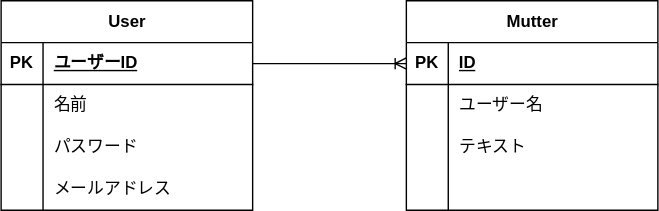
This is ER図.drawio.svg from toyoaya/draw.io_exam, a draw.io export, as it was before one commit. Source tidied: cells renumbered, new cells last; positions are measured from the earlier drawing's top-left corner, leaving out a move shared by most shapes.
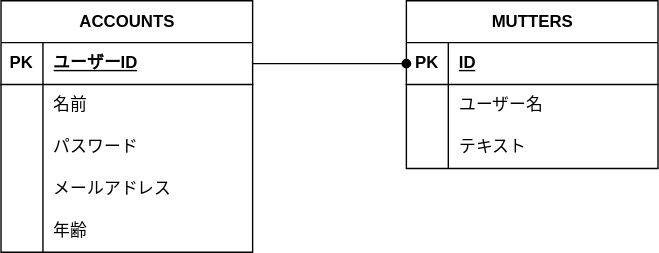
Later version of the same file.

Commit message:
ER図.drawio.svg を更新します

Diff of the diagram source:
```diff
@@ -2,8 +2,8 @@
   <root>
     <mxCell id="0" />
     <mxCell id="1" parent="0" />
-    <mxCell id="2" value="Mutter" style="shape=table;startSize=30;rowLines=0;fontStyle=1;align=center;html=1;" parent="1" vertex="1">
-      <mxGeometry x="290" width="180" height="150" as="geometry" />
+    <mxCell id="2" value="MUTTERS" style="shape=table;startSize=30;rowLines=0;fontStyle=1;align=center;html=1;" parent="1" vertex="1">
+      <mxGeometry x="290" width="180" height="120" as="geometry" />
     </mxCell>
     <mxCell id="3" style="shape=tableRow;horizontal=0;startSize=0;swimlaneHead=0;swimlaneBody=0;fillColor=none;points=[[0,0.5],[1,0.5]];portConstraint=eastwest;top=0;left=0;right=0;bottom=1;" parent="2" vertex="1">
       <mxGeometry y="30" width="180" height="30" as="geometry" />
@@ -32,17 +32,8 @@
     <mxCell id="11" value="テキスト" style="shape=partialRectangle;fillColor=none;top=0;left=0;bottom=0;right=0;align=left;spacingLeft=6;overflow=hidden;whiteSpace=wrap;html=1;" parent="9" vertex="1">
       <mxGeometry x="30" width="150" height="30" as="geometry" />
     </mxCell>
-    <mxCell id="12" style="shape=tableRow;horizontal=0;startSize=0;swimlaneHead=0;swimlaneBody=0;fillColor=none;top=0;left=0;right=0;bottom=0;" parent="2" vertex="1">
-      <mxGeometry y="120" width="180" height="30" as="geometry" />
-    </mxCell>
-    <mxCell id="13" style="shape=partialRectangle;fillColor=none;top=0;left=0;bottom=0;right=0;overflow=hidden;whiteSpace=wrap;html=1;" parent="12" vertex="1">
-      <mxGeometry width="30" height="30" as="geometry" />
-    </mxCell>
-    <mxCell id="14" style="shape=partialRectangle;fillColor=none;top=0;left=0;bottom=0;right=0;align=left;spacingLeft=6;overflow=hidden;whiteSpace=wrap;html=1;" parent="12" vertex="1">
-      <mxGeometry x="30" width="150" height="30" as="geometry" />
-    </mxCell>
-    <mxCell id="15" value="User" style="shape=table;startSize=30;rowLines=0;fontStyle=1;align=center;html=1;" parent="1" vertex="1">
-      <mxGeometry width="180" height="150" as="geometry" />
+    <mxCell id="15" value="ACCOUNTS" style="shape=table;startSize=30;rowLines=0;fontStyle=1;align=center;html=1;" parent="1" vertex="1">
+      <mxGeometry width="180" height="180" as="geometry" />
     </mxCell>
     <mxCell id="16" style="shape=tableRow;horizontal=0;startSize=0;swimlaneHead=0;swimlaneBody=0;fillColor=none;points=[[0,0.5],[1,0.5]];portConstraint=eastwest;top=0;left=0;right=0;bottom=1;" parent="15" vertex="1">
       <mxGeometry y="30" width="180" height="30" as="geometry" />
@@ -80,7 +71,16 @@
     <mxCell id="27" value="メールアドレス" style="shape=partialRectangle;fillColor=none;top=0;left=0;bottom=0;right=0;align=left;spacingLeft=6;overflow=hidden;whiteSpace=wrap;html=1;" parent="25" vertex="1">
       <mxGeometry x="30" width="150" height="30" as="geometry" />
     </mxCell>
+    <mxCell id="29" style="shape=tableRow;horizontal=0;startSize=0;swimlaneHead=0;swimlaneBody=0;fillColor=none;top=0;left=0;right=0;bottom=0;" parent="15" vertex="1">
+      <mxGeometry y="150" width="180" height="30" as="geometry" />
+    </mxCell>
+    <mxCell id="13" style="shape=partialRectangle;fillColor=none;top=0;left=0;bottom=0;right=0;overflow=hidden;whiteSpace=wrap;html=1;" parent="29" vertex="1">
+      <mxGeometry width="30" height="30" as="geometry" />
+    </mxCell>
+    <mxCell id="30" value="年齢" style="shape=partialRectangle;fillColor=none;top=0;left=0;bottom=0;right=0;align=left;spacingLeft=6;overflow=hidden;whiteSpace=wrap;html=1;" parent="29" vertex="1">
+      <mxGeometry x="30" width="150" height="30" as="geometry" />
+    </mxCell>
-    <mxCell id="28" style="edgeStyle=entityRelationEdgeStyle;fontSize=12;html=1;endArrow=ERoneToMany;rounded=0;exitX=1;exitY=0.5;exitDx=0;exitDy=0;entryX=0;entryY=0.5;entryDx=0;entryDy=0;" parent="1" edge="1" source="16" target="3">
+    <mxCell id="28" style="edgeStyle=entityRelationEdgeStyle;fontSize=12;html=1;endArrow=oval;rounded=0;exitX=1;exitY=0.5;exitDx=0;exitDy=0;entryX=0;entryY=0.5;entryDx=0;entryDy=0;endFill=1;" parent="1" edge="1" source="16" target="3">
       <mxGeometry relative="1" as="geometry" />
     </mxCell>
   </root>
```
